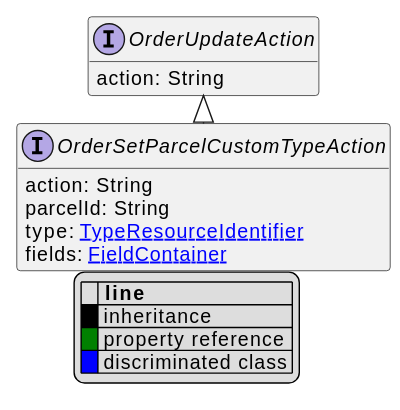
This is uml/api/svg/OrderSetParcelCustomTypeAction.svg from commercetools/commercetools-api-reference, a PlantUML export, as it was before one commit.
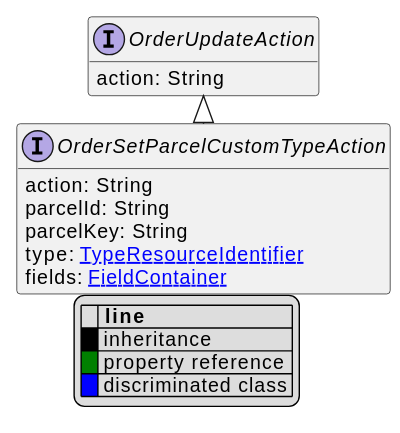
Later version of the same file.

The edit, as a diff of the source:
```diff
@@ -11,6 +11,7 @@
 interface OrderSetParcelCustomTypeAction [[OrderSetParcelCustomTypeAction.svg]] extends OrderUpdateAction {
     action: String
     parcelId: String
+    parcelKey: String
     type: [[TypeResourceIdentifier.svg TypeResourceIdentifier]]
     fields: [[FieldContainer.svg FieldContainer]]
 }
```
